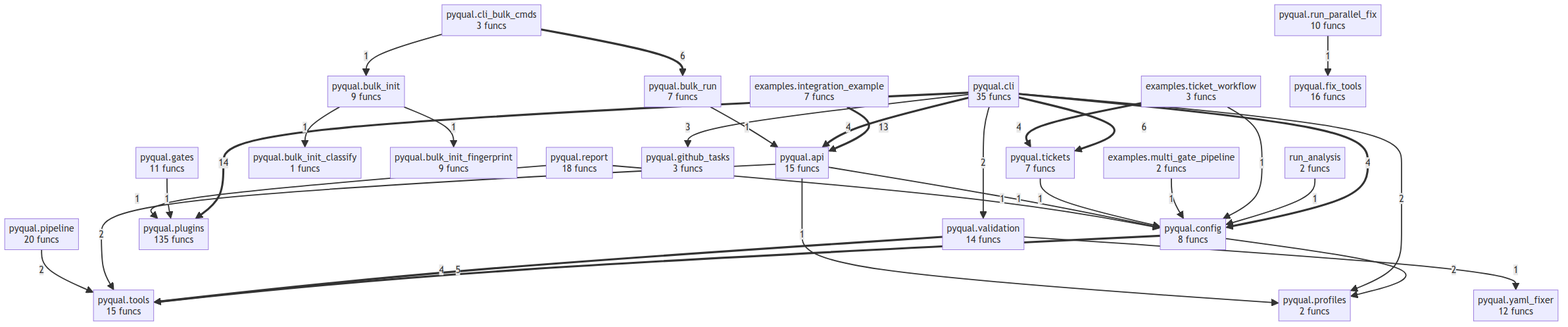
This is project/compact_flow.png from semcod/pyqual, a Mermaid export, as it was before one commit. Its source is kept beside it as project/compact_flow.mmd.
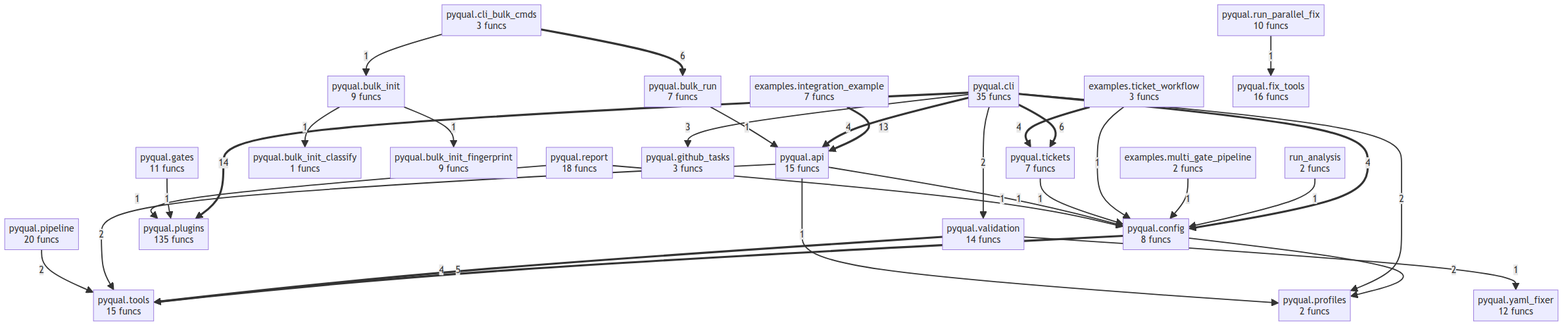
Above is the later version.

Change to the diagram source:
```diff
@@ -29,8 +29,8 @@
     pyqual__cli ==>|6| pyqual__tickets
     pyqual__config ==>|5| pyqual__tools
     examples__ticket_workflow ==>|4| pyqual__tickets
+    pyqual__validation ==>|4| pyqual__tools
     pyqual__cli ==>|4| pyqual__config
-    pyqual__validation ==>|4| pyqual__tools
     pyqual__cli ==>|4| pyqual__api
     pyqual__cli -->|3| pyqual__github_tasks
     pyqual__config -->|2| pyqual__profiles
@@ -39,17 +39,17 @@
     pyqual__cli -->|2| pyqual__profiles
     pyqual__cli -->|2| pyqual__validation
     run_analysis -->|1| pyqual__config
+    examples__multi_gate_pipeline -->|1| pyqual__config
     examples__ticket_workflow -->|1| pyqual__config
-    examples__multi_gate_pipeline -->|1| pyqual__config
     pyqual__gates -->|1| pyqual__plugins
     pyqual__tickets -->|1| pyqual__config
     pyqual__cli_bulk_cmds -->|1| pyqual__bulk_init
     pyqual__api -->|1| pyqual__config
     pyqual__api -->|1| pyqual__profiles
+    pyqual__run_parallel_fix -->|1| pyqual__fix_tools
     pyqual__bulk_run -->|1| pyqual__api
-    pyqual__run_parallel_fix -->|1| pyqual__fix_tools
+    pyqual__validation -->|1| pyqual__yaml_fixer
     pyqual__bulk_init -->|1| pyqual__bulk_init_classify
     pyqual__bulk_init -->|1| pyqual__bulk_init_fingerprint
     pyqual__report -->|1| pyqual__plugins
     pyqual__report -->|1| pyqual__config
-    pyqual__validation -->|1| pyqual__yaml_fixer
```
